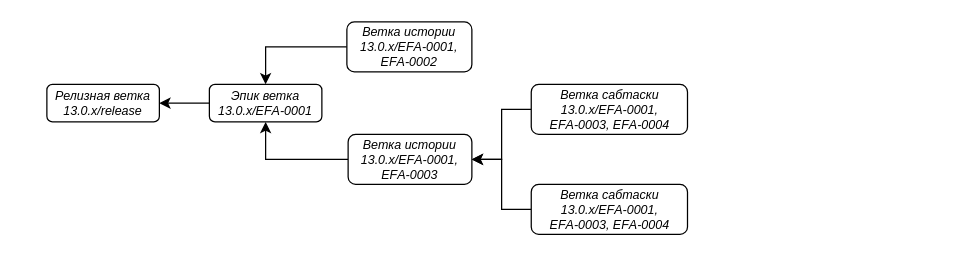
Earlier version of the draw.io diagram EFA-processes/MR-example.drawio (effective-group/docs-drawio). Source tidied: cells renumbered, new cells numbered last; positions are measured from the earlier drawing's top-left corner, leaving out a move shared by most shapes. Both pictures are drawn from the tidied source at 125%, with x=0, y=0 at pixel (46, 21).
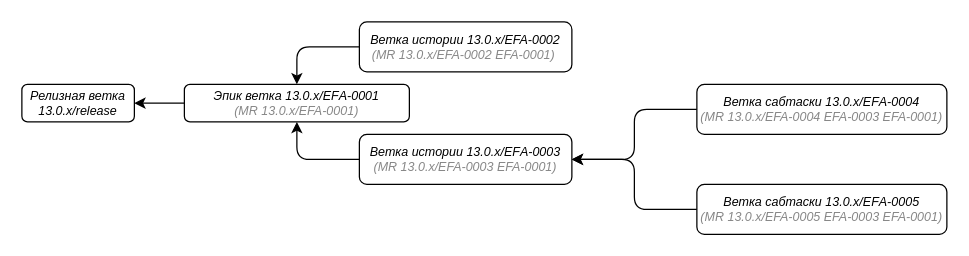
Above is the later version.

Change to the diagram source:
```diff
@@
 <mxGraphModel>
   <root>
     <mxCell id="0" />
     <mxCell id="1" parent="0" />
     <mxCell id="2" value="Релизная ветка 13.0.x/release" style="rounded=1;whiteSpace=wrap;html=1;fontStyle=2;fontSize=10;" parent="1" vertex="1">
-      <mxGeometry y="50" width="90" height="30" as="geometry" />
+      <mxGeometry x="-20" y="50" width="90" height="30" as="geometry" />
     </mxCell>
-    <mxCell id="3" value="Эпик ветка 13.0.x/EFА-0001" style="rounded=1;whiteSpace=wrap;html=1;fontStyle=2;fontSize=10;" parent="1" vertex="1">
-      <mxGeometry x="130" y="50" width="90" height="30" as="geometry" />
+    <mxCell id="3" value="Эпик ветка 13.0.x/EFА-0001&lt;br&gt;&lt;font color=&quot;#878787&quot;&gt;(MR&amp;nbsp;13.0.x/EFA-0001)&lt;/font&gt;" style="rounded=1;whiteSpace=wrap;html=1;fontStyle=2;fontSize=10;" parent="1" vertex="1">
+      <mxGeometry x="110" y="50" width="180" height="30" as="geometry" />
     </mxCell>
-    <mxCell id="4" style="edgeStyle=orthogonalEdgeStyle;rounded=0;jettySize=auto;html=1;exitX=0;exitY=0.5;exitDx=0;exitDy=0;entryX=0.5;entryY=1;entryDx=0;entryDy=0;fontSize=10;" parent="1" edge="1" source="5" target="3">
+    <mxCell id="4" style="edgeStyle=orthogonalEdgeStyle;rounded=1;jettySize=auto;html=1;exitX=0;exitY=0.5;exitDx=0;exitDy=0;entryX=0.5;entryY=1;entryDx=0;entryDy=0;fontSize=10;" parent="1" edge="1" source="5" target="3">
       <mxGeometry relative="1" as="geometry" />
     </mxCell>
-    <mxCell id="5" value="Ветка истории 13.0.x/EFА-0001, EFА-0003" style="rounded=1;whiteSpace=wrap;html=1;fontStyle=2;fontSize=10;" parent="1" vertex="1">
-      <mxGeometry x="241" y="90" width="99" height="40" as="geometry" />
+    <mxCell id="5" value="Ветка истории 13.0.x/EFА-0003&lt;br&gt;&lt;font color=&quot;#878787&quot;&gt;(MR&amp;nbsp;13.0.x/EFA-0003 EFA-0001)&lt;/font&gt;" style="rounded=1;whiteSpace=wrap;html=1;fontStyle=2;fontSize=10;" parent="1" vertex="1">
+      <mxGeometry x="250" y="90" width="170" height="40" as="geometry" />
     </mxCell>
-    <mxCell id="6" style="edgeStyle=orthogonalEdgeStyle;rounded=0;jettySize=auto;html=1;exitX=0;exitY=0.5;exitDx=0;exitDy=0;entryX=0.5;entryY=0;entryDx=0;entryDy=0;fontSize=10;" parent="1" edge="1" source="7" target="3">
+    <mxCell id="6" style="edgeStyle=orthogonalEdgeStyle;rounded=1;jettySize=auto;html=1;exitX=0;exitY=0.5;exitDx=0;exitDy=0;entryX=0.5;entryY=0;entryDx=0;entryDy=0;fontSize=10;" parent="1" edge="1" source="7" target="3">
       <mxGeometry relative="1" as="geometry" />
     </mxCell>
-    <mxCell id="7" value="Ветка истории 13.0.x/EFА-0001, EFА-0002" style="rounded=1;whiteSpace=wrap;html=1;fontStyle=2;fontSize=10;" parent="1" vertex="1">
-      <mxGeometry x="240" width="100" height="40" as="geometry" />
+    <mxCell id="7" value="Ветка истории 13.0.x/EFA-0002&lt;br&gt;&lt;font color=&quot;#878787&quot;&gt;(MR&amp;nbsp;13.0.x/EFA-0002 EFA-0001)&amp;nbsp;&lt;/font&gt;" style="rounded=1;whiteSpace=wrap;html=1;fontStyle=2;fontSize=10;" parent="1" vertex="1">
+      <mxGeometry x="250" width="170" height="40" as="geometry" />
     </mxCell>
-    <mxCell id="8" style="edgeStyle=orthogonalEdgeStyle;rounded=0;jettySize=auto;html=1;exitX=0;exitY=0.5;exitDx=0;exitDy=0;entryX=1;entryY=0.5;entryDx=0;entryDy=0;fontSize=10;" parent="1" edge="1" source="9" target="5">
+    <mxCell id="8" style="edgeStyle=orthogonalEdgeStyle;rounded=1;jettySize=auto;html=1;exitX=0;exitY=0.5;exitDx=0;exitDy=0;entryX=1;entryY=0.5;entryDx=0;entryDy=0;fontSize=10;" parent="1" edge="1" source="9" target="5">
       <mxGeometry relative="1" as="geometry" />
     </mxCell>
-    <mxCell id="9" value="Ветка сабтаски 13.0.x/EFА-0001, EFА-0003, EFА-0004" style="rounded=1;whiteSpace=wrap;html=1;fontStyle=2;fontSize=10;" parent="1" vertex="1">
-      <mxGeometry x="387.5" y="50" width="125" height="40" as="geometry" />
+    <mxCell id="9" value="Ветка сабтаски 13.0.x/EFА-0004&lt;br&gt;&lt;font color=&quot;#878787&quot;&gt;(MR&amp;nbsp;13.0.x/EFA-0004 EFA-0003 EFA-0001)&lt;/font&gt;" style="rounded=1;whiteSpace=wrap;html=1;fontStyle=2;fontSize=10;" parent="1" vertex="1">
+      <mxGeometry x="520" y="50" width="200" height="40" as="geometry" />
     </mxCell>
-    <mxCell id="10" style="edgeStyle=orthogonalEdgeStyle;rounded=0;jettySize=auto;html=1;exitX=0;exitY=0.5;exitDx=0;exitDy=0;entryX=1;entryY=0.5;entryDx=0;entryDy=0;fontSize=10;" parent="1" edge="1" source="11" target="5">
+    <mxCell id="10" style="edgeStyle=orthogonalEdgeStyle;rounded=1;jettySize=auto;html=1;exitX=0;exitY=0.5;exitDx=0;exitDy=0;entryX=1;entryY=0.5;entryDx=0;entryDy=0;fontSize=10;" parent="1" edge="1" source="11" target="5">
       <mxGeometry relative="1" as="geometry" />
     </mxCell>
-    <mxCell id="11" value="Ветка сабтаски 13.0.x/EFА-0001, EFА-0003, EFА-0004" style="rounded=1;whiteSpace=wrap;html=1;fontStyle=2;glass=0;fontSize=10;" parent="1" vertex="1">
-      <mxGeometry x="387.5" y="130" width="125" height="40" as="geometry" />
+    <mxCell id="11" value="Ветка сабтаски 13.0.x/EFА-0005&lt;br&gt;&lt;font color=&quot;#878787&quot;&gt;(MR 13.0.x/EFA-0005 EFA-0003 EFA-0001)&lt;/font&gt;" style="rounded=1;whiteSpace=wrap;html=1;fontStyle=2;glass=0;fontSize=10;" parent="1" vertex="1">
+      <mxGeometry x="520" y="130" width="200" height="40" as="geometry" />
     </mxCell>
-    <mxCell id="12" style="endArrow=classic;html=1;rounded=0;entryX=1;entryY=0.5;entryDx=0;entryDy=0;exitX=0;exitY=0.5;exitDx=0;exitDy=0;fontSize=10;" parent="1" edge="1" source="3" target="2">
+    <mxCell id="12" style="endArrow=classic;html=1;rounded=1;entryX=1;entryY=0.5;entryDx=0;entryDy=0;exitX=0;exitY=0.5;exitDx=0;exitDy=0;fontSize=10;" parent="1" edge="1" source="3" target="2">
       <mxGeometry relative="1" as="geometry" />
     </mxCell>
   </root>
 </mxGraphModel>
```
